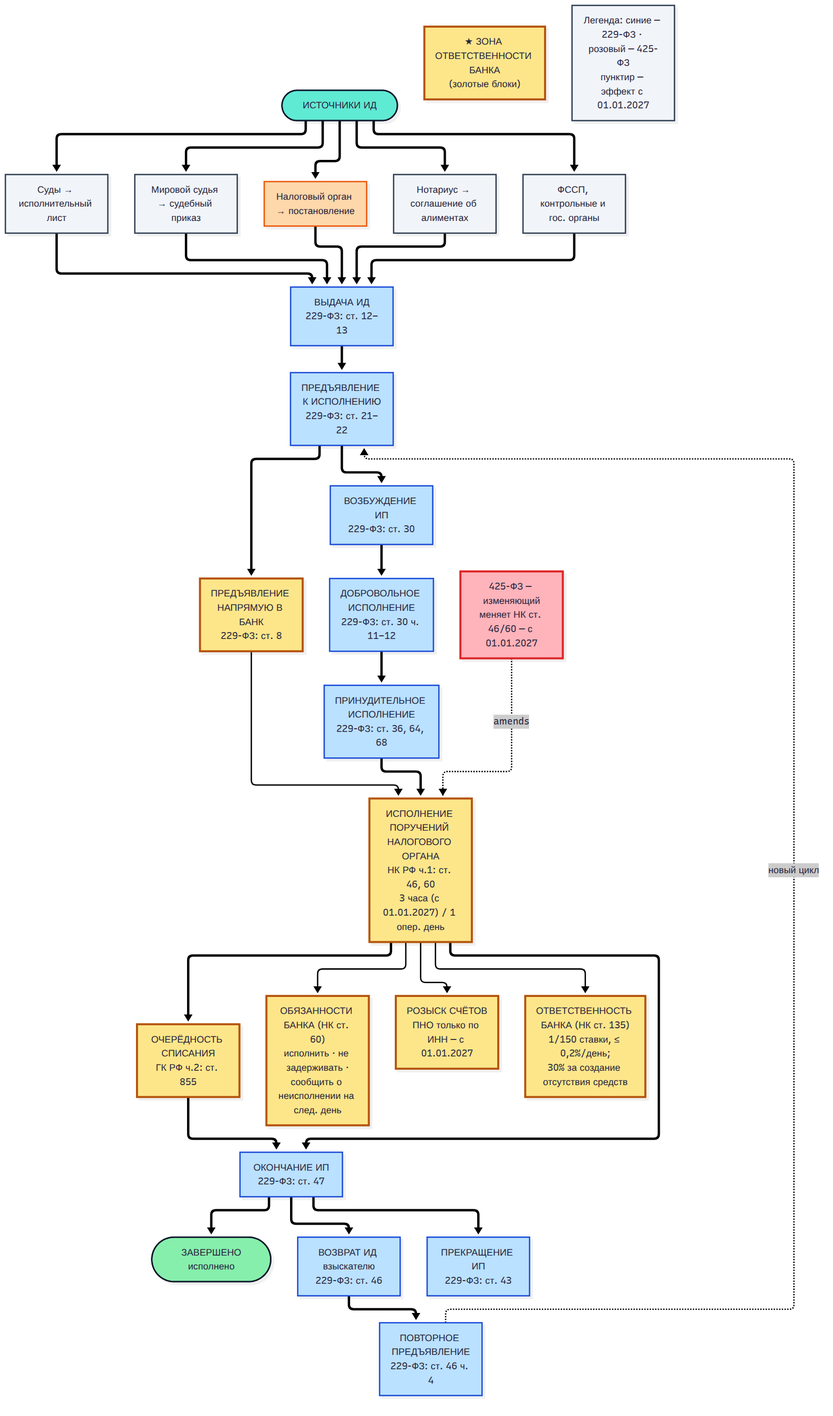
Above: Fedor_Путь_ИД_банк.png in nasledstvo2026/Phoenix (Mermaid), before the change. Its source is kept beside it as Fedor_Путь_ИД_банк.mmd.
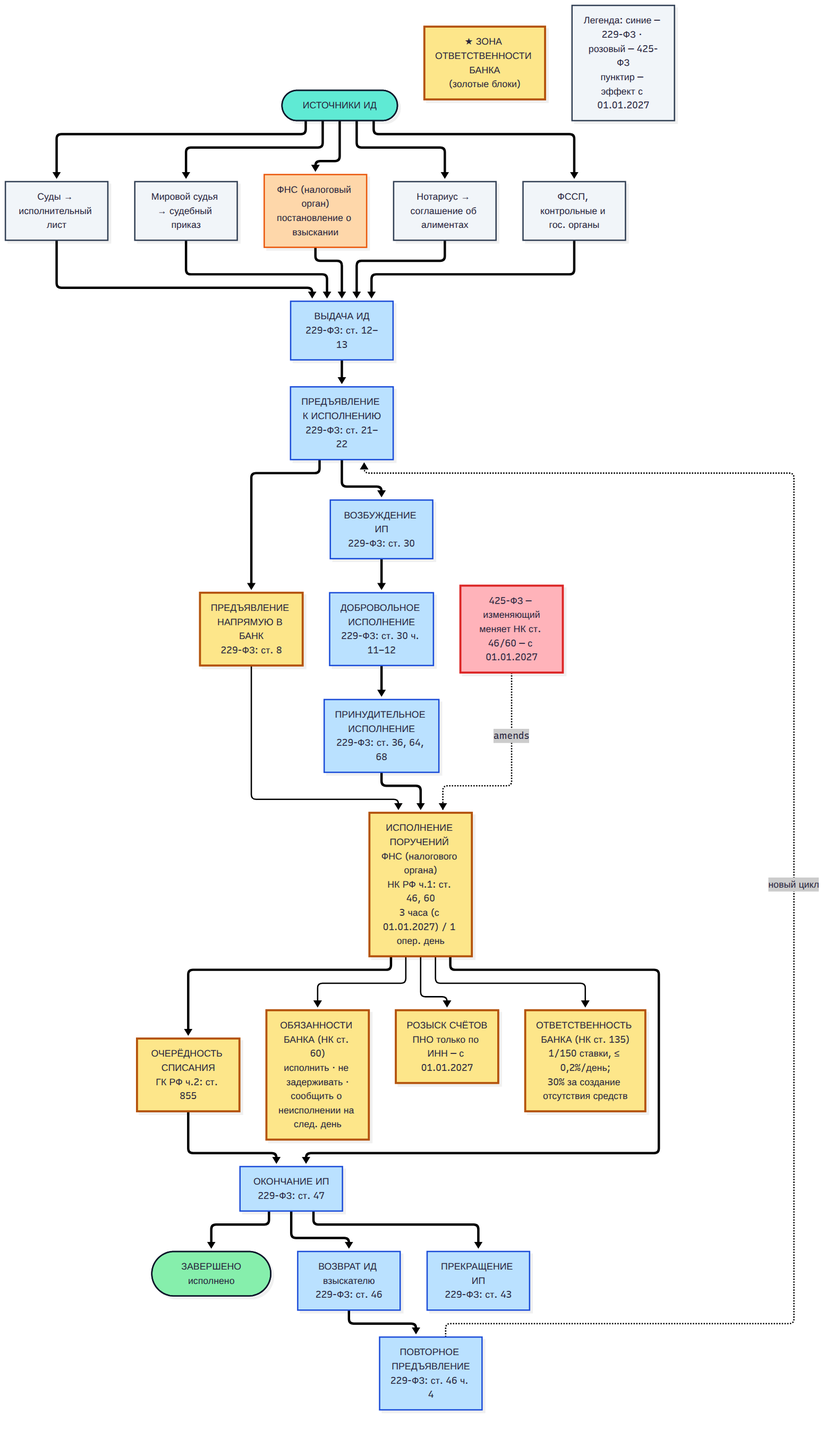
The same diagram one commit later.

Commit message:
Путь ИД: источник ФНС (налоговый орган), правки подписи

What changed in the source:
```diff
@@ -2,7 +2,7 @@
     SRC(["ИСТОЧНИКИ ИД"]):::start
     S1["Суды → исполнительный лист"]:::src
     S2["Мировой судья → судебный приказ"]:::src
-    S3["Налоговый орган → постановление"]:::nksrc
+    S3["ФНС (налоговый орган)<br/>постановление о взыскании"]:::nksrc
     S4["Нотариус → соглашение об алиментах"]:::src
     S5["ФССП, контрольные и гос. органы"]:::src
     SRC ==> S1 & S2 & S3 & S4 & S5
@@ -27,7 +27,7 @@
     L5["ПРИНУДИТЕЛЬНОЕ ИСПОЛНЕНИЕ<br/>229-ФЗ: ст. 36, 64, 68"]:::law229
     DB ==> L5
 
-    BANK["ИСПОЛНЕНИЕ ПОРУЧЕНИЙ НАЛОГОВОГО ОРГАНА<br/>НК РФ ч.1: ст. 46, 60<br/>3 часа (с 01.01.2027) / 1 опер. день"]:::bank
+    BANK["ИСПОЛНЕНИЕ ПОРУЧЕНИЙ ФНС (налогового органа)<br/>НК РФ ч.1: ст. 46, 60<br/>3 часа (с 01.01.2027) / 1 опер. день"]:::bank
     ORD["ОЧЕРЁДНОСТЬ СПИСАНИЯ<br/>ГК РФ ч.2: ст. 855"]:::bank
     DUTY["ОБЯЗАННОСТИ БАНКА (НК ст. 60)<br/>исполнить · не задерживать ·<br/>сообщить о неисполнении на след. день"]:::bank
     ROZ["РОЗЫСК СЧЁТОВ<br/>ПНО только по ИНН — с 01.01.2027"]:::bank
```
